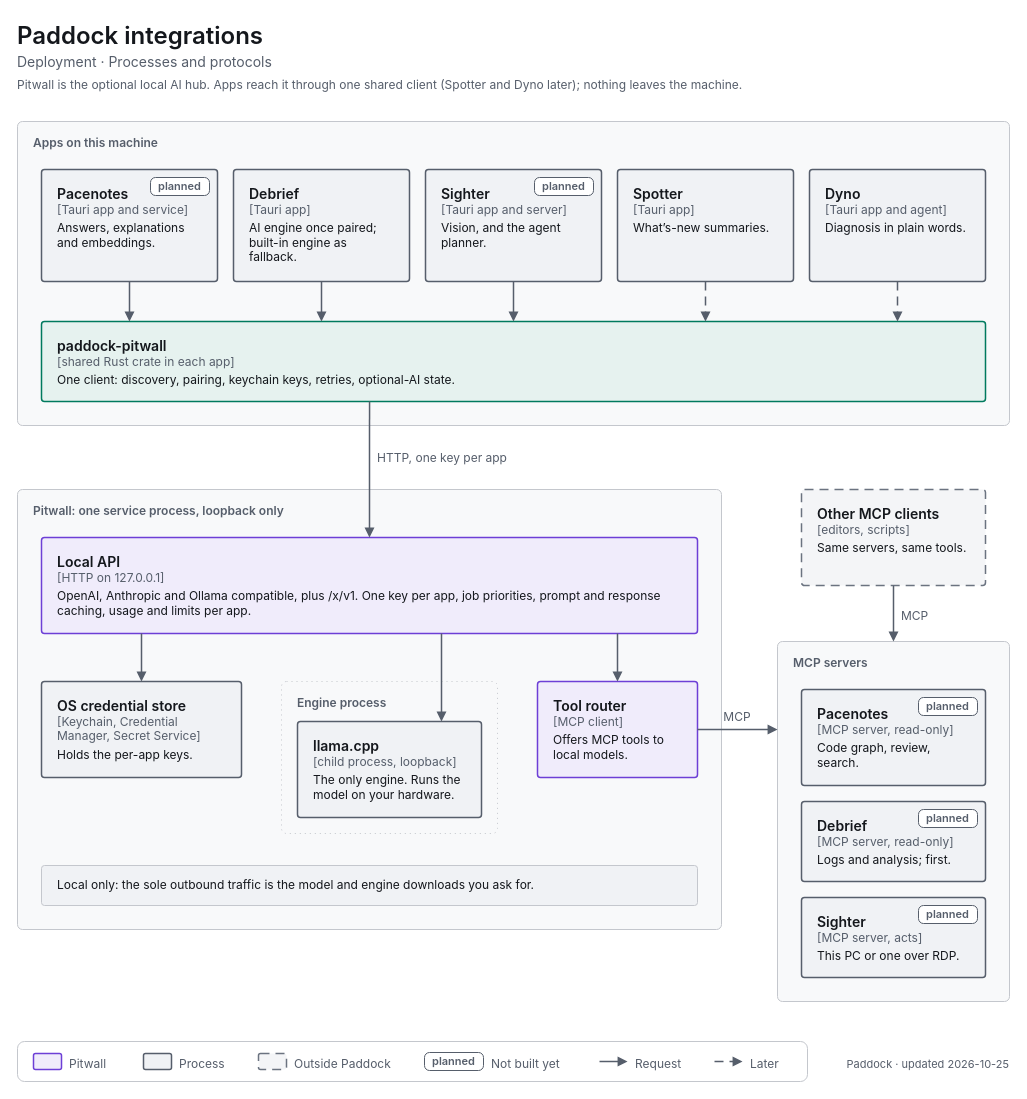
Earlier version of the draw.io diagram docs/images/src/drawio/paddock-integrations.drawio (decryp7/paddock). Source tidied: cells renumbered, new cells numbered last; positions are measured from the earlier drawing's top-left corner, leaving out a move shared by most shapes. Both pictures are drawn from the tidied source at 100%, with x=0, y=0 at pixel (17, 17).
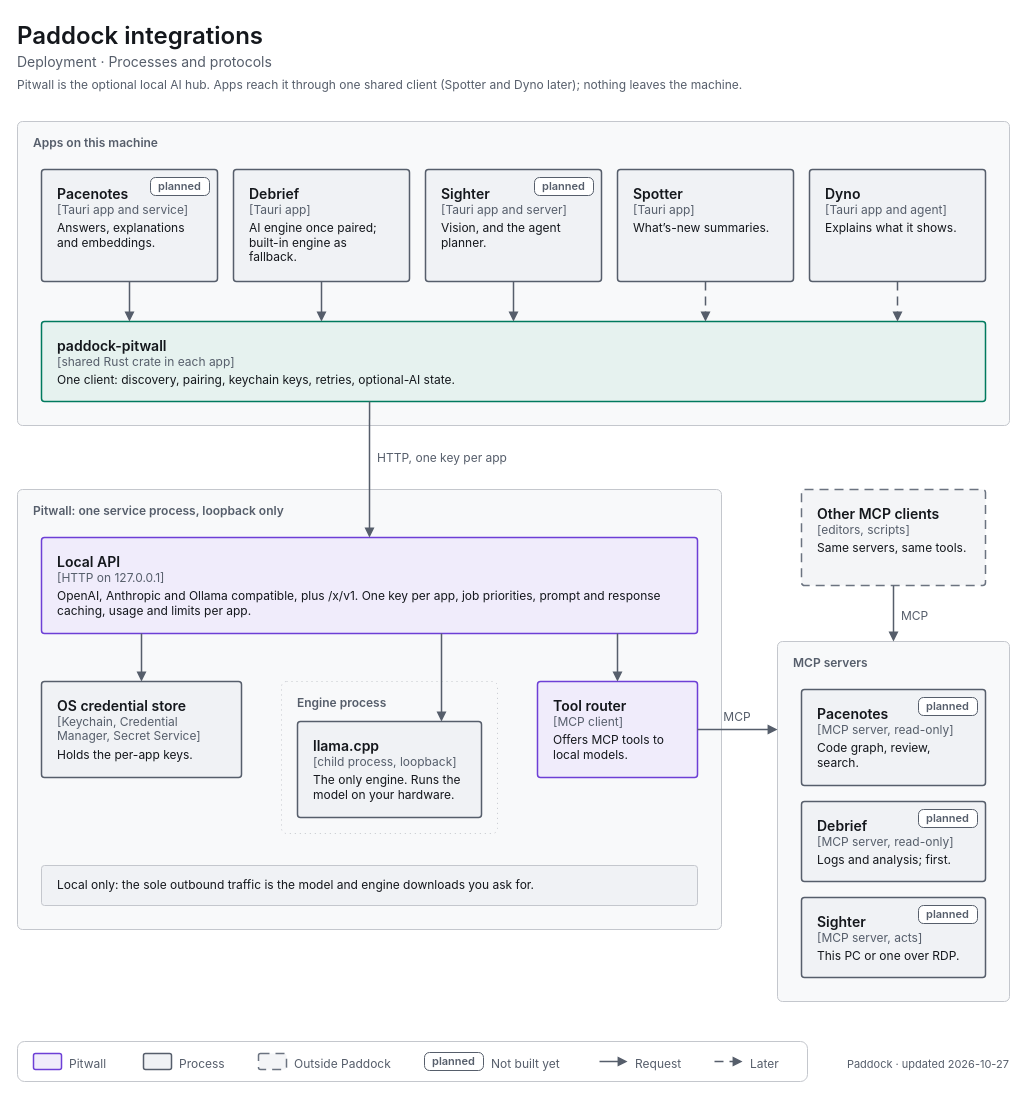
Above is the later version.

Commit message (it also covers changes not shown here):
docs: Dyno never changes the system: read-only helper wording, scenario and integrations diagram

What changed in the source:
```diff
@@
-    <mxCell id="14" value="&lt;span style=&quot;font-size:14px;font-weight:600&quot;&gt;Dyno&lt;/span&gt;&lt;br&gt;&lt;span style=&quot;font-size:12px;color:light-dark(#565E6B,#A0A7B2)&quot;&gt;[Tauri app and agent]&lt;/span&gt;&lt;br&gt;&lt;div style=&quot;margin-top:4px;font-size:12px&quot;&gt;Diagnosis in plain words.&lt;/div&gt;" style="html=1;whiteSpace=wrap;fontFamily=-apple-system,BlinkMacSystemFont,Segoe UI,system-ui,sans-serif;fontSize=12;fontColor=light-dark(#14171C,#ECEEF1);rounded=1;absoluteArcSize=1;arcSize=6;strokeWidth=1.5;strokeColor=light-dark(#565E6B,#A0A7B2);fillColor=light-dark(#F0F2F5,#1B1E23);align=left;verticalAlign=top;spacingLeft=14;spacingRight=14;spacingTop=10;spacingBottom=8;" parent="1" vertex="1">
+    <mxCell id="14" value="&lt;span style=&quot;font-size:14px;font-weight:600&quot;&gt;Dyno&lt;/span&gt;&lt;br&gt;&lt;span style=&quot;font-size:12px;color:light-dark(#565E6B,#A0A7B2)&quot;&gt;[Tauri app and agent]&lt;/span&gt;&lt;br&gt;&lt;div style=&quot;margin-top:4px;font-size:12px&quot;&gt;Explains what it shows.&lt;/div&gt;" style="html=1;whiteSpace=wrap;fontFamily=-apple-system,BlinkMacSystemFont,Segoe UI,system-ui,sans-serif;fontSize=12;fontColor=light-dark(#14171C,#ECEEF1);rounded=1;absoluteArcSize=1;arcSize=6;strokeWidth=1.5;strokeColor=light-dark(#565E6B,#A0A7B2);fillColor=light-dark(#F0F2F5,#1B1E23);align=left;verticalAlign=top;spacingLeft=14;spacingRight=14;spacingTop=10;spacingBottom=8;" parent="1" vertex="1">
       <mxGeometry x="792" y="152" width="176" height="112" as="geometry" />
     </mxCell>
@@
-    <mxCell id="56" value="&lt;span style=&quot;font-size:11px;font-weight:400&quot;&gt;Paddock · updated 2026-10-25&lt;/span&gt;" style="html=1;whiteSpace=wrap;fontFamily=-apple-system,BlinkMacSystemFont,Segoe UI,system-ui,sans-serif;fontSize=12;fontColor=light-dark(#14171C,#ECEEF1);text;strokeColor=none;fillColor=none;align=right;verticalAlign=top;spacing=0;fontColor=light-dark(#565E6B,#A0A7B2);" parent="1" vertex="1">
+    <mxCell id="56" value="&lt;span style=&quot;font-size:11px;font-weight:400&quot;&gt;Paddock · updated 2026-10-27&lt;/span&gt;" style="html=1;whiteSpace=wrap;fontFamily=-apple-system,BlinkMacSystemFont,Segoe UI,system-ui,sans-serif;fontSize=12;fontColor=light-dark(#14171C,#ECEEF1);text;strokeColor=none;fillColor=none;align=right;verticalAlign=top;spacing=0;fontColor=light-dark(#565E6B,#A0A7B2);" parent="1" vertex="1">
       <mxGeometry x="632" y="1035" width="360" height="18" as="geometry" />
     </mxCell>
```
